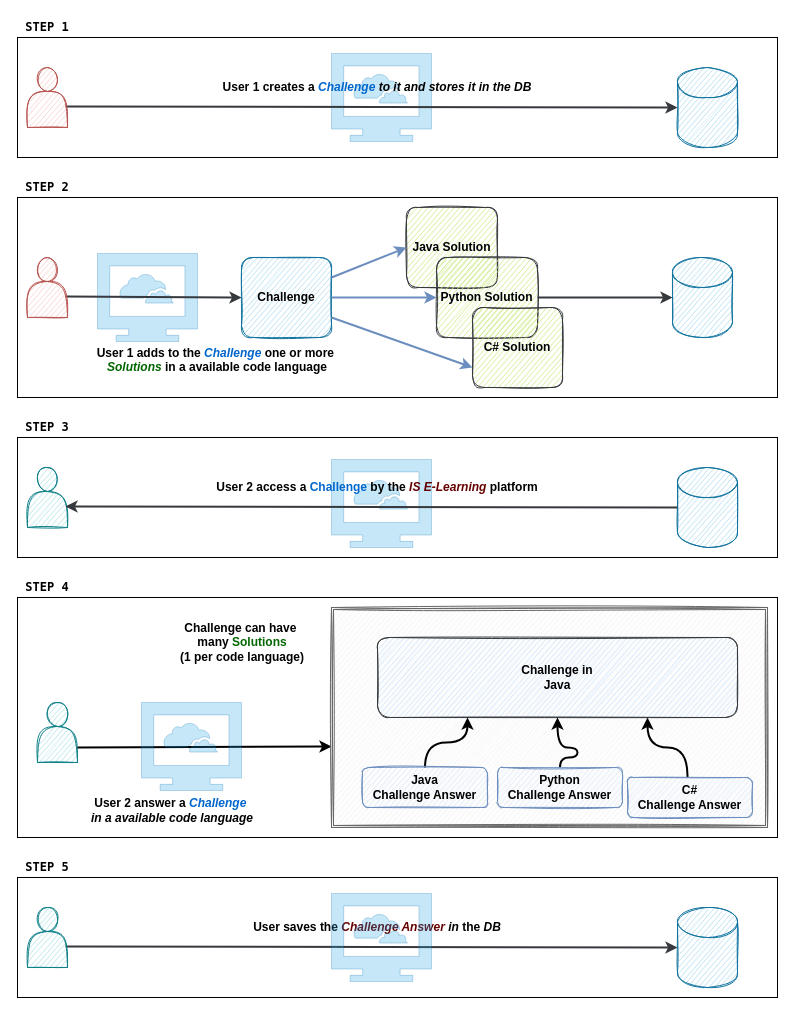
Before: Documentacao/solving-a-challenge-workflow.drawio in joaoesantos/ise_learning, a draw.io diagram. Source tidied: cells renumbered, new cells numbered last; positions are measured from the earlier drawing's top-left corner, leaving out a move shared by most shapes. Both pictures are drawn from the tidied source at 100%, with x=0, y=0 at pixel (17, 17).
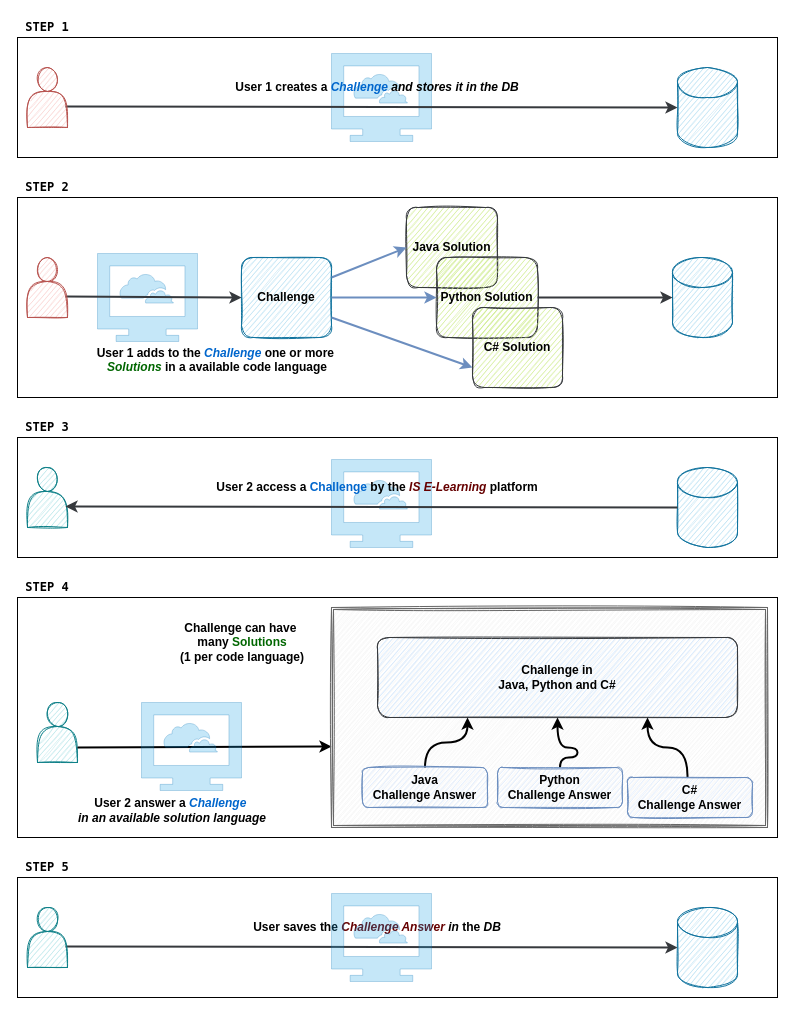
After the change.

Change to the diagram source:
```diff
@@
-    <mxCell id="14" value="&lt;b&gt;User 2 answer a&amp;nbsp;&lt;/b&gt;&lt;b&gt;&lt;i&gt;&lt;font color=&quot;#0066cc&quot;&gt;Challenge&amp;nbsp;&lt;/font&gt;&lt;br&gt;in a available code language&lt;/i&gt;&lt;/b&gt;" style="text;html=1;strokeColor=none;fillColor=none;align=center;verticalAlign=middle;whiteSpace=wrap;rounded=0;" parent="1" vertex="1">
+    <mxCell id="14" value="&lt;b&gt;User 2 answer a&amp;nbsp;&lt;/b&gt;&lt;b&gt;&lt;i&gt;&lt;font color=&quot;#0066cc&quot;&gt;Challenge&amp;nbsp;&lt;/font&gt;&lt;br&gt;in an available solution language&lt;/i&gt;&lt;/b&gt;" style="text;html=1;strokeColor=none;fillColor=none;align=center;verticalAlign=middle;whiteSpace=wrap;rounded=0;" parent="1" vertex="1">
       <mxGeometry x="10" y="783" width="290" height="20" as="geometry" />
     </mxCell>
@@
-    <mxCell id="16" value="&lt;b&gt;Challenge&amp;nbsp;in&lt;br&gt;Java&lt;br&gt;&lt;/b&gt;" style="rounded=1;whiteSpace=wrap;html=1;shadow=0;sketch=1;fillColor=#cce5ff;strokeColor=#36393d;" parent="1" vertex="1">
+    <mxCell id="16" value="&lt;b&gt;Challenge&amp;nbsp;in&lt;br&gt;Java, Python and C#&lt;br&gt;&lt;/b&gt;" style="rounded=1;whiteSpace=wrap;html=1;shadow=0;sketch=1;fillColor=#cce5ff;strokeColor=#36393d;" parent="1" vertex="1">
       <mxGeometry x="360" y="620" width="360" height="80" as="geometry" />
     </mxCell>
@@
-    <mxCell id="29" value="&lt;b&gt;User 1 creates a &lt;i&gt;&lt;font color=&quot;#0066cc&quot;&gt;Challenge&amp;nbsp;&lt;/font&gt;to it and stores it in the DB&lt;/i&gt;&lt;/b&gt;" style="text;html=1;strokeColor=none;fillColor=none;align=center;verticalAlign=middle;whiteSpace=wrap;rounded=0;" parent="1" vertex="1">
+    <mxCell id="29" value="&lt;b&gt;User 1 creates a &lt;i&gt;&lt;font color=&quot;#0066cc&quot;&gt;Challenge&amp;nbsp;&lt;/font&gt;and stores it in the DB&lt;/i&gt;&lt;/b&gt;" style="text;html=1;strokeColor=none;fillColor=none;align=center;verticalAlign=middle;whiteSpace=wrap;rounded=0;" parent="1" vertex="1">
       <mxGeometry x="60" y="60" width="600" height="20" as="geometry" />
     </mxCell>
```
